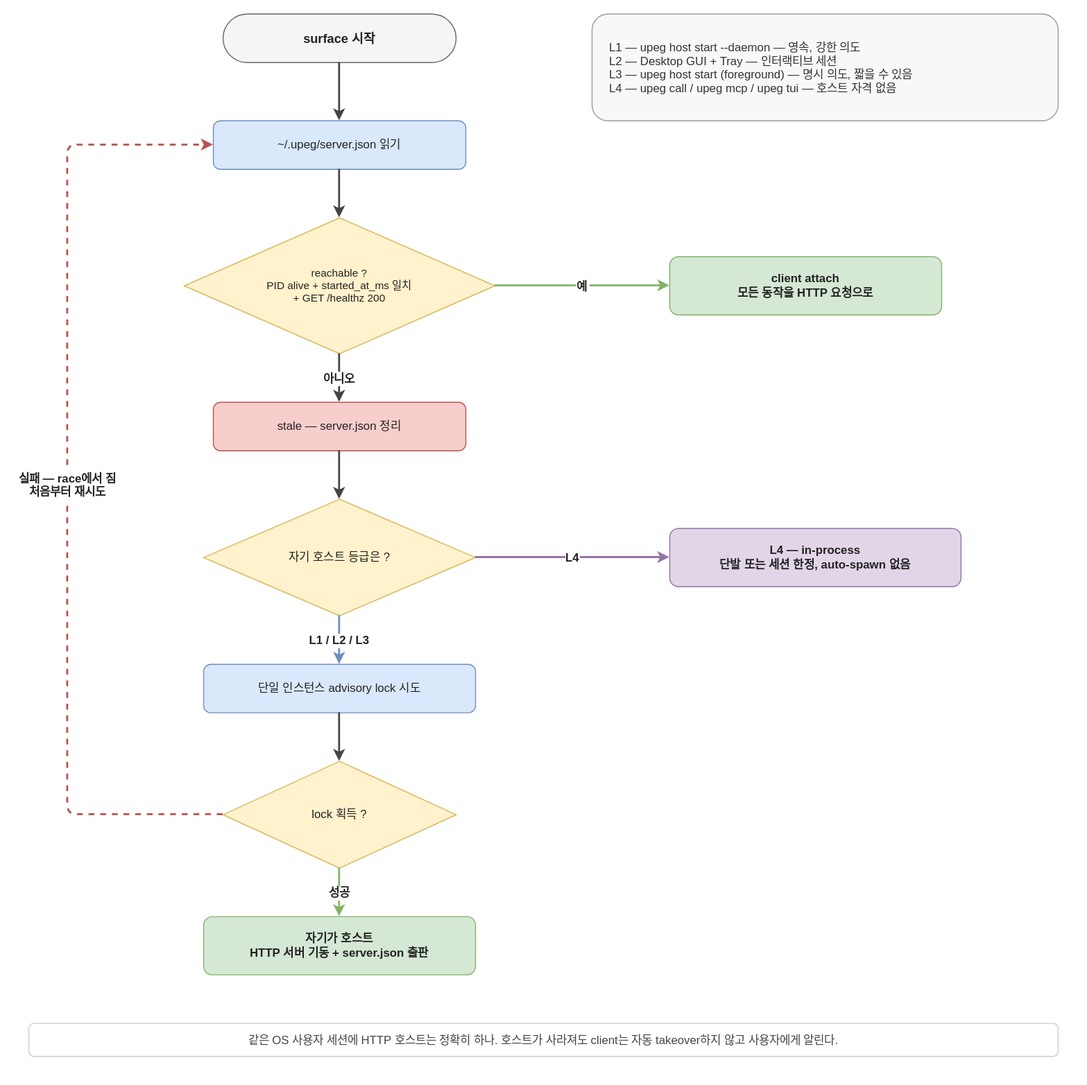
Above: docs/diagrams/host-precedence.drawio.svg in 5pecia1/UPeg (draw.io), before the change. Source tidied: cells renumbered, new cells last; positions are measured from the earlier drawing's top-left corner, leaving out a move shared by most shapes.
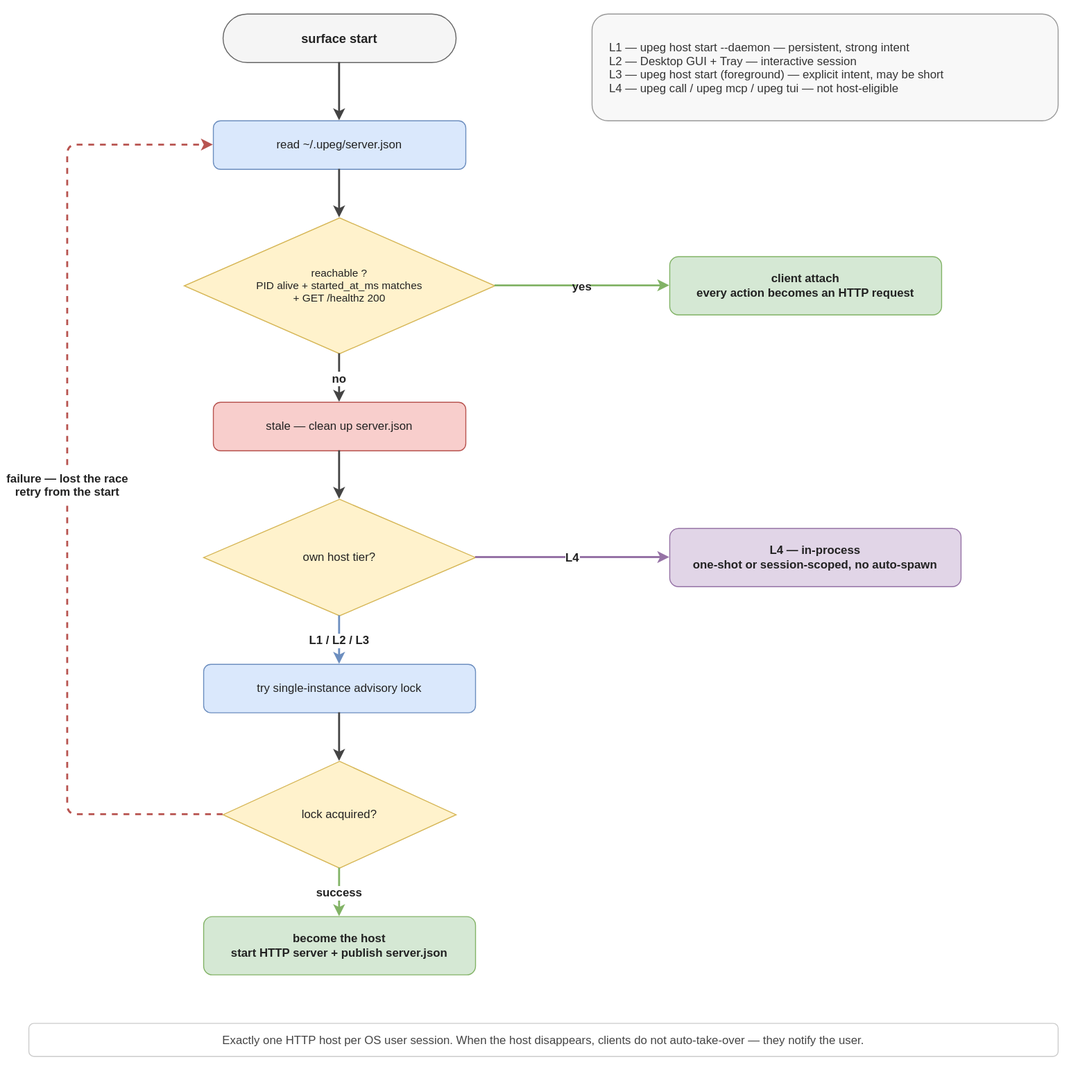
The same diagram one commit later.

The edit, as a diff of the source:
```diff
@@ -2,37 +2,37 @@
   <root>
     <mxCell id="0" />
     <mxCell id="1" parent="0" />
-    <mxCell id="2" value="L1 — upeg host start --daemon — 영속, 강한 의도&#10;L2 — Desktop GUI + Tray — 인터랙티브 세션&#10;L3 — upeg host start (foreground) — 명시 의도, 짧을 수 있음&#10;L4 — upeg call / upeg mcp / upeg tui — 호스트 자격 없음" style="text;html=0;align=left;verticalAlign=middle;fillColor=#f8f8f8;strokeColor=#999999;rounded=1;fontColor=#333333;fontSize=12;spacingLeft=16;" parent="1" vertex="1">
+    <mxCell id="2" value="L1 — upeg host start --daemon — persistent, strong intent&#10;L2 — Desktop GUI + Tray — interactive session&#10;L3 — upeg host start (foreground) — explicit intent, may be short&#10;L4 — upeg call / upeg mcp / upeg tui — not host-eligible" style="text;html=0;align=left;verticalAlign=middle;fillColor=#f8f8f8;strokeColor=#999999;rounded=1;fontColor=#333333;fontSize=12;spacingLeft=16;" parent="1" vertex="1">
       <mxGeometry x="580" width="480" height="110" as="geometry" />
     </mxCell>
-    <mxCell id="3" value="surface 시작" style="rounded=1;arcSize=50;whiteSpace=wrap;html=0;fillColor=#f5f5f5;strokeColor=#666666;fontColor=#222222;fontSize=13;fontStyle=1;" parent="1" vertex="1">
+    <mxCell id="3" value="surface start" style="rounded=1;arcSize=50;whiteSpace=wrap;html=0;fillColor=#f5f5f5;strokeColor=#666666;fontColor=#222222;fontSize=13;fontStyle=1;" parent="1" vertex="1">
       <mxGeometry x="200" width="240" height="50" as="geometry" />
     </mxCell>
-    <mxCell id="4" value="~/.upeg/server.json 읽기" style="rounded=1;whiteSpace=wrap;html=0;fillColor=#dae8fc;strokeColor=#6c8ebf;fontColor=#222222;fontSize=12;" parent="1" vertex="1">
+    <mxCell id="4" value="read ~/.upeg/server.json" style="rounded=1;whiteSpace=wrap;html=0;fillColor=#dae8fc;strokeColor=#6c8ebf;fontColor=#222222;fontSize=12;" parent="1" vertex="1">
       <mxGeometry x="190" y="110" width="260" height="50" as="geometry" />
     </mxCell>
-    <mxCell id="5" value="reachable ?&#10;PID alive  +  started_at_ms 일치&#10;+  GET /healthz 200" style="rhombus;whiteSpace=wrap;html=0;fillColor=#fff2cc;strokeColor=#d6b656;fontColor=#222222;fontSize=11;" parent="1" vertex="1">
+    <mxCell id="5" value="reachable ?&#10;PID alive  +  started_at_ms matches&#10;+  GET /healthz 200" style="rhombus;whiteSpace=wrap;html=0;fillColor=#fff2cc;strokeColor=#d6b656;fontColor=#222222;fontSize=11;" parent="1" vertex="1">
       <mxGeometry x="160" y="210" width="320" height="140" as="geometry" />
     </mxCell>
-    <mxCell id="6" value="client attach&#10;모든 동작을 HTTP 요청으로" style="rounded=1;whiteSpace=wrap;html=0;fillColor=#d5e8d4;strokeColor=#82b366;fontColor=#222222;fontSize=12;fontStyle=1;" parent="1" vertex="1">
+    <mxCell id="6" value="client attach&#10;every action becomes an HTTP request" style="rounded=1;whiteSpace=wrap;html=0;fillColor=#d5e8d4;strokeColor=#82b366;fontColor=#222222;fontSize=12;fontStyle=1;" parent="1" vertex="1">
       <mxGeometry x="660" y="250" width="280" height="60" as="geometry" />
     </mxCell>
-    <mxCell id="7" value="stale — server.json 정리" style="rounded=1;whiteSpace=wrap;html=0;fillColor=#f8cecc;strokeColor=#b85450;fontColor=#222222;fontSize=12;" parent="1" vertex="1">
+    <mxCell id="7" value="stale — clean up server.json" style="rounded=1;whiteSpace=wrap;html=0;fillColor=#f8cecc;strokeColor=#b85450;fontColor=#222222;fontSize=12;" parent="1" vertex="1">
       <mxGeometry x="190" y="400" width="260" height="50" as="geometry" />
     </mxCell>
-    <mxCell id="8" value="자기 호스트 등급은 ?" style="rhombus;whiteSpace=wrap;html=0;fillColor=#fff2cc;strokeColor=#d6b656;fontColor=#222222;fontSize=12;" parent="1" vertex="1">
+    <mxCell id="8" value="own host tier?" style="rhombus;whiteSpace=wrap;html=0;fillColor=#fff2cc;strokeColor=#d6b656;fontColor=#222222;fontSize=12;" parent="1" vertex="1">
       <mxGeometry x="180" y="500" width="280" height="120" as="geometry" />
     </mxCell>
-    <mxCell id="9" value="L4 — in-process&#10;단발 또는 세션 한정,  auto-spawn 없음" style="rounded=1;whiteSpace=wrap;html=0;fillColor=#e1d5e7;strokeColor=#9673a6;fontColor=#222222;fontSize=12;fontStyle=1;" parent="1" vertex="1">
+    <mxCell id="9" value="L4 — in-process&#10;one-shot or session-scoped,  no auto-spawn" style="rounded=1;whiteSpace=wrap;html=0;fillColor=#e1d5e7;strokeColor=#9673a6;fontColor=#222222;fontSize=12;fontStyle=1;" parent="1" vertex="1">
       <mxGeometry x="660" y="530" width="300" height="60" as="geometry" />
     </mxCell>
-    <mxCell id="10" value="단일 인스턴스 advisory lock 시도" style="rounded=1;whiteSpace=wrap;html=0;fillColor=#dae8fc;strokeColor=#6c8ebf;fontColor=#222222;fontSize=12;" parent="1" vertex="1">
+    <mxCell id="10" value="try single-instance advisory lock" style="rounded=1;whiteSpace=wrap;html=0;fillColor=#dae8fc;strokeColor=#6c8ebf;fontColor=#222222;fontSize=12;" parent="1" vertex="1">
       <mxGeometry x="180" y="670" width="280" height="50" as="geometry" />
     </mxCell>
-    <mxCell id="11" value="lock 획득 ?" style="rhombus;whiteSpace=wrap;html=0;fillColor=#fff2cc;strokeColor=#d6b656;fontColor=#222222;fontSize=12;" parent="1" vertex="1">
+    <mxCell id="11" value="lock acquired?" style="rhombus;whiteSpace=wrap;html=0;fillColor=#fff2cc;strokeColor=#d6b656;fontColor=#222222;fontSize=12;" parent="1" vertex="1">
       <mxGeometry x="200" y="770" width="240" height="110" as="geometry" />
     </mxCell>
-    <mxCell id="12" value="자기가 호스트&#10;HTTP 서버 기동 + server.json 출판" style="rounded=1;whiteSpace=wrap;html=0;fillColor=#d5e8d4;strokeColor=#82b366;fontColor=#222222;fontSize=12;fontStyle=1;" parent="1" vertex="1">
+    <mxCell id="12" value="become the host&#10;start HTTP server + publish server.json" style="rounded=1;whiteSpace=wrap;html=0;fillColor=#d5e8d4;strokeColor=#82b366;fontColor=#222222;fontSize=12;fontStyle=1;" parent="1" vertex="1">
       <mxGeometry x="180" y="930" width="280" height="60" as="geometry" />
     </mxCell>
     <mxCell id="13" style="edgeStyle=orthogonalEdgeStyle;rounded=1;jettySize=auto;html=0;strokeColor=#444444;strokeWidth=2;exitX=0.5;exitY=1;exitDx=0;exitDy=0;entryX=0.5;entryY=0;entryDx=0;entryDy=0;" parent="1" edge="1" source="3" target="4">
@@ -41,10 +41,10 @@
     <mxCell id="14" style="edgeStyle=orthogonalEdgeStyle;rounded=1;jettySize=auto;html=0;strokeColor=#444444;strokeWidth=2;exitX=0.5;exitY=1;exitDx=0;exitDy=0;entryX=0.5;entryY=0;entryDx=0;entryDy=0;" parent="1" edge="1" source="4" target="5">
       <mxGeometry relative="1" as="geometry" />
     </mxCell>
-    <mxCell id="15" value="예" style="edgeStyle=orthogonalEdgeStyle;rounded=1;jettySize=auto;html=0;strokeColor=#82b366;strokeWidth=2;fontColor=#222222;fontSize=12;fontStyle=1;labelBackgroundColor=#ffffff;exitX=1;exitY=0.5;exitDx=0;exitDy=0;entryX=0;entryY=0.5;entryDx=0;entryDy=0;" parent="1" edge="1" source="5" target="6">
+    <mxCell id="15" value="yes" style="edgeStyle=orthogonalEdgeStyle;rounded=1;jettySize=auto;html=0;strokeColor=#82b366;strokeWidth=2;fontColor=#222222;fontSize=12;fontStyle=1;labelBackgroundColor=#ffffff;exitX=1;exitY=0.5;exitDx=0;exitDy=0;entryX=0;entryY=0.5;entryDx=0;entryDy=0;" parent="1" edge="1" source="5" target="6">
       <mxGeometry relative="1" as="geometry" />
     </mxCell>
-    <mxCell id="16" value="아니오" style="edgeStyle=orthogonalEdgeStyle;rounded=1;jettySize=auto;html=0;strokeColor=#444444;strokeWidth=2;fontColor=#222222;fontSize=12;fontStyle=1;labelBackgroundColor=#ffffff;exitX=0.5;exitY=1;exitDx=0;exitDy=0;entryX=0.5;entryY=0;entryDx=0;entryDy=0;" parent="1" edge="1" source="5" target="7">
+    <mxCell id="16" value="no" style="edgeStyle=orthogonalEdgeStyle;rounded=1;jettySize=auto;html=0;strokeColor=#444444;strokeWidth=2;fontColor=#222222;fontSize=12;fontStyle=1;labelBackgroundColor=#ffffff;exitX=0.5;exitY=1;exitDx=0;exitDy=0;entryX=0.5;entryY=0;entryDx=0;entryDy=0;" parent="1" edge="1" source="5" target="7">
       <mxGeometry relative="1" as="geometry" />
     </mxCell>
     <mxCell id="17" style="edgeStyle=orthogonalEdgeStyle;rounded=1;jettySize=auto;html=0;strokeColor=#444444;strokeWidth=2;exitX=0.5;exitY=1;exitDx=0;exitDy=0;entryX=0.5;entryY=0;entryDx=0;entryDy=0;" parent="1" edge="1" source="7" target="8">
@@ -59,10 +59,10 @@
     <mxCell id="20" style="edgeStyle=orthogonalEdgeStyle;rounded=1;jettySize=auto;html=0;strokeColor=#444444;strokeWidth=2;exitX=0.5;exitY=1;exitDx=0;exitDy=0;entryX=0.5;entryY=0;entryDx=0;entryDy=0;" parent="1" edge="1" source="10" target="11">
       <mxGeometry relative="1" as="geometry" />
     </mxCell>
-    <mxCell id="21" value="성공" style="edgeStyle=orthogonalEdgeStyle;rounded=1;jettySize=auto;html=0;strokeColor=#82b366;strokeWidth=2;fontColor=#222222;fontSize=12;fontStyle=1;labelBackgroundColor=#ffffff;exitX=0.5;exitY=1;exitDx=0;exitDy=0;entryX=0.5;entryY=0;entryDx=0;entryDy=0;" parent="1" edge="1" source="11" target="12">
+    <mxCell id="21" value="success" style="edgeStyle=orthogonalEdgeStyle;rounded=1;jettySize=auto;html=0;strokeColor=#82b366;strokeWidth=2;fontColor=#222222;fontSize=12;fontStyle=1;labelBackgroundColor=#ffffff;exitX=0.5;exitY=1;exitDx=0;exitDy=0;entryX=0.5;entryY=0;entryDx=0;entryDy=0;" parent="1" edge="1" source="11" target="12">
       <mxGeometry relative="1" as="geometry" />
     </mxCell>
-    <mxCell id="22" value="실패 — race에서 짐&#10;처음부터 재시도" style="edgeStyle=orthogonalEdgeStyle;rounded=1;jettySize=auto;html=0;strokeColor=#b85450;strokeWidth=2;dashed=1;fontColor=#222222;fontSize=12;fontStyle=1;labelBackgroundColor=#ffffff;exitX=0;exitY=0.5;exitDx=0;exitDy=0;entryX=0;entryY=0.5;entryDx=0;entryDy=0;" parent="1" edge="1" source="11" target="4">
+    <mxCell id="22" value="failure — lost the race&#10;retry from the start" style="edgeStyle=orthogonalEdgeStyle;rounded=1;jettySize=auto;html=0;strokeColor=#b85450;strokeWidth=2;dashed=1;fontColor=#222222;fontSize=12;fontStyle=1;labelBackgroundColor=#ffffff;exitX=0;exitY=0.5;exitDx=0;exitDy=0;entryX=0;entryY=0.5;entryDx=0;entryDy=0;" parent="1" edge="1" source="11" target="4">
       <mxGeometry relative="1" as="geometry">
         <Array as="points">
           <mxPoint x="40" y="825" />
@@ -70,7 +70,7 @@
         </Array>
       </mxGeometry>
     </mxCell>
-    <mxCell id="23" value="같은 OS 사용자 세션에 HTTP 호스트는 정확히 하나. 호스트가 사라져도 client는 자동 takeover하지 않고 사용자에게 알린다." style="text;html=0;align=center;verticalAlign=middle;fillColor=#ffffff;strokeColor=#cccccc;rounded=1;fontColor=#444444;fontSize=12;" parent="1" vertex="1">
+    <mxCell id="23" value="Exactly one HTTP host per OS user session. When the host disappears, clients do not auto-take-over — they notify the user." style="text;html=0;align=center;verticalAlign=middle;fillColor=#ffffff;strokeColor=#cccccc;rounded=1;fontColor=#444444;fontSize=12;" parent="1" vertex="1">
       <mxGeometry y="1040" width="1060" height="34" as="geometry" />
     </mxCell>
   </root>
```
